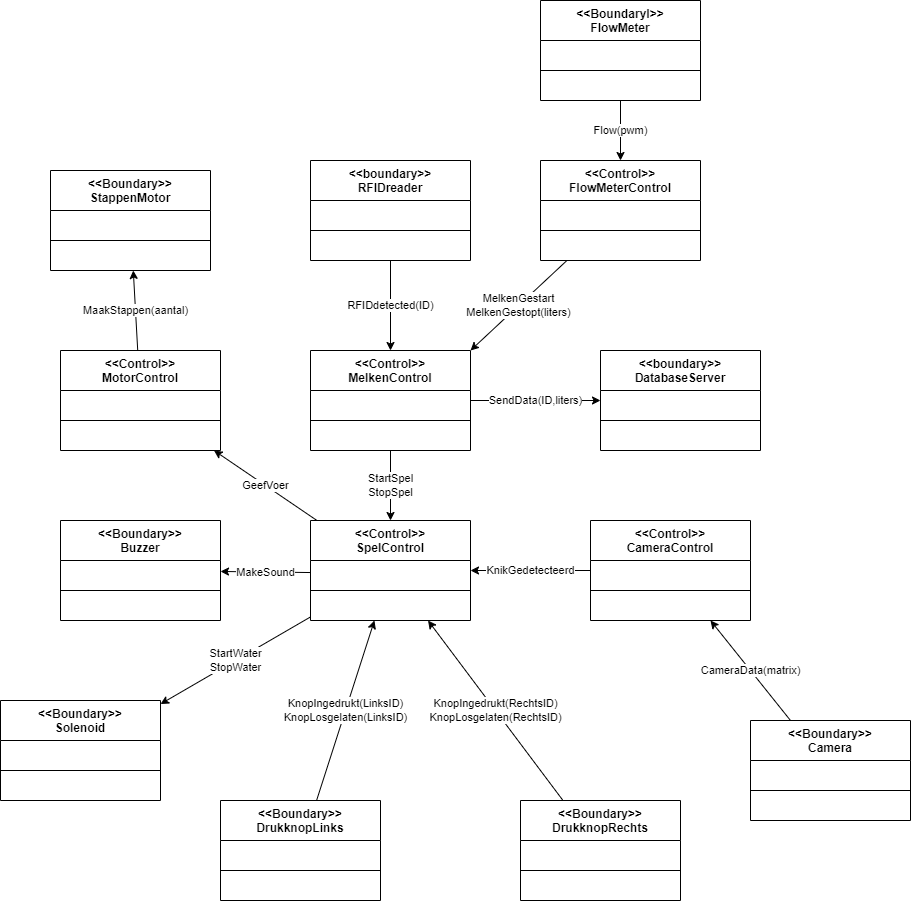
Earlier version of the draw.io export LU3 software ontwerpen/ObjectModel.png (FabianMeerveld/S3-reparatie-FabianMeerveld). Source tidied: cells renumbered, new cells last; positions are measured from the earlier drawing's top-left corner, leaving out a move shared by most shapes.
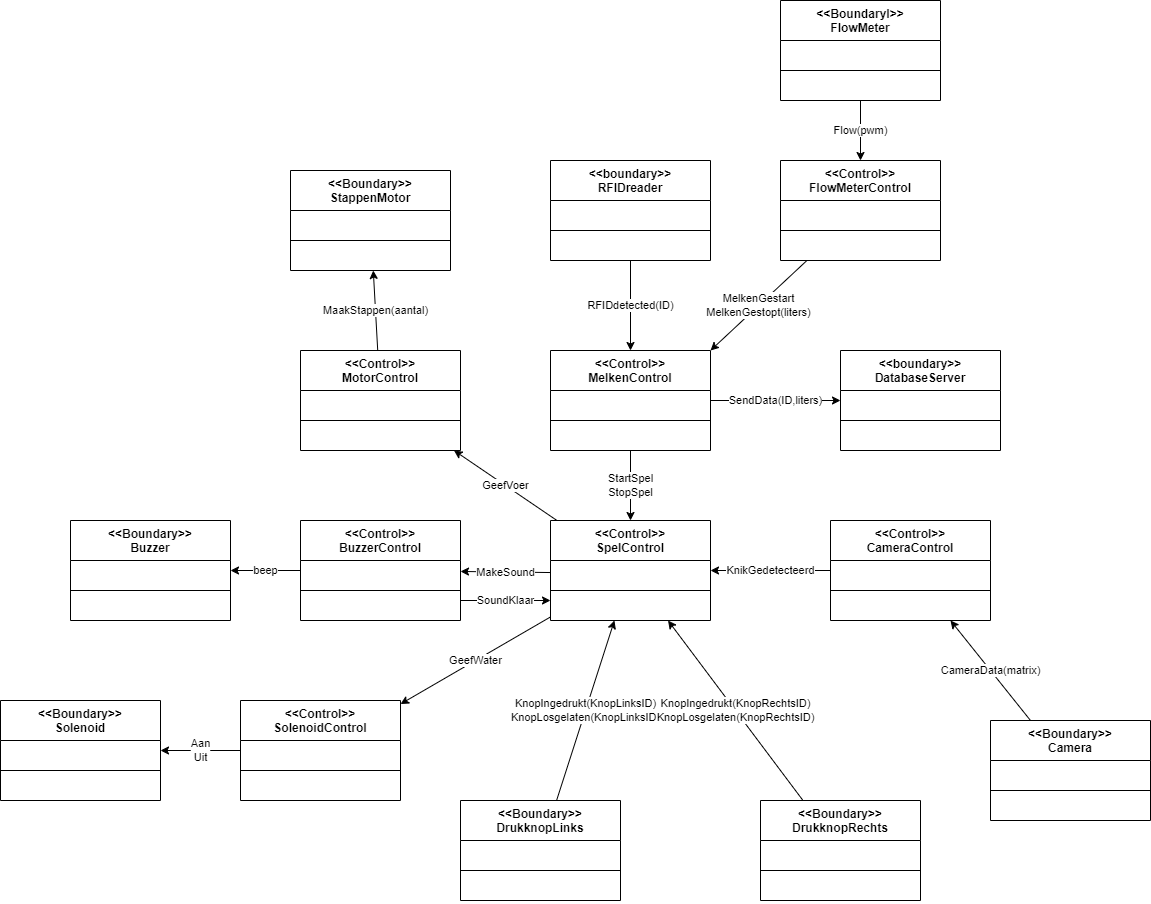
Above is the later version.

Diff of the diagram source:
```diff
@@ -50,7 +50,7 @@
     <mxCell id="17" value="GeefVoer" style="edgeStyle=none;html=1;" parent="1" edge="1" source="19" target="49">
       <mxGeometry relative="1" as="geometry" />
     </mxCell>
-    <mxCell id="18" value="StartWater&lt;br&gt;StopWater" style="edgeStyle=none;html=1;" parent="1" edge="1" source="19" target="57">
+    <mxCell id="18" value="GeefWater" style="edgeStyle=none;html=1;" parent="1" edge="1" source="19" target="57">
       <mxGeometry relative="1" as="geometry" />
     </mxCell>
     <mxCell id="19" value="&lt;&lt;Control&gt;&gt;&#10;SpelControl" style="swimlane;fontStyle=1;align=center;verticalAlign=top;horizontal=1;startSize=40;" parent="1" vertex="1">
@@ -95,7 +95,17 @@
     <mxCell id="32" value=" " style="text;strokeColor=none;fillColor=none;align=left;verticalAlign=top;spacingLeft=4;spacingRight=4;overflow=hidden;" parent="29" vertex="1">
       <mxGeometry y="74" width="160" height="26" as="geometry" />
     </mxCell>
+    <mxCell id="71" value="beep" style="edgeStyle=none;html=1;" parent="1" edge="1" source="33" target="74">
+      <mxGeometry relative="1" as="geometry" />
+    </mxCell>
+    <mxCell id="72" value="SoundKlaar" style="edgeStyle=elbowEdgeStyle;html=1;" parent="1" edge="1" source="33" target="19">
+      <mxGeometry relative="1" as="geometry">
+        <Array as="points">
+          <mxPoint x="270" y="600" />
+        </Array>
+      </mxGeometry>
+    </mxCell>
-    <mxCell id="33" value="&lt;&lt;Boundary&gt;&gt;&#10;Buzzer" style="swimlane;fontStyle=1;align=center;verticalAlign=top;horizontal=1;startSize=40;" parent="1" vertex="1">
+    <mxCell id="33" value="&lt;&lt;Control&gt;&gt;&#10;BuzzerControl" style="swimlane;fontStyle=1;align=center;verticalAlign=top;horizontal=1;startSize=40;" parent="1" vertex="1">
       <mxGeometry x="60" y="520" width="160" height="100" as="geometry" />
     </mxCell>
     <mxCell id="34" value=" " style="text;strokeColor=none;fillColor=none;align=left;verticalAlign=top;spacingLeft=4;spacingRight=4;overflow=hidden;" parent="33" vertex="1">
@@ -107,7 +117,7 @@
     <mxCell id="36" value=" " style="text;strokeColor=none;fillColor=none;align=left;verticalAlign=top;spacingLeft=4;spacingRight=4;overflow=hidden;" parent="33" vertex="1">
       <mxGeometry y="74" width="160" height="26" as="geometry" />
     </mxCell>
-    <mxCell id="37" value="KnopIngedrukt(LinksID)&lt;br&gt;KnopLosgelaten(LinksID)" style="edgeStyle=none;html=1;" parent="1" edge="1" source="38" target="19">
+    <mxCell id="37" value="KnopIngedrukt(KnopLinksID)&lt;br&gt;KnopLosgelaten(KnopLinksID)" style="edgeStyle=none;html=1;" parent="1" edge="1" source="38" target="19">
       <mxGeometry relative="1" as="geometry" />
     </mxCell>
     <mxCell id="38" value="&lt;&lt;Boundary&gt;&gt;&#10;DrukknopLinks" style="swimlane;fontStyle=1;align=center;verticalAlign=top;horizontal=1;startSize=40;" parent="1" vertex="1">
@@ -122,7 +132,7 @@
     <mxCell id="41" value=" " style="text;strokeColor=none;fillColor=none;align=left;verticalAlign=top;spacingLeft=4;spacingRight=4;overflow=hidden;" parent="38" vertex="1">
       <mxGeometry y="74" width="160" height="26" as="geometry" />
     </mxCell>
-    <mxCell id="42" value="KnopIngedrukt(RechtsID)&lt;br&gt;KnopLosgelaten(RechtsID)" style="edgeStyle=none;html=1;" parent="1" edge="1" source="43" target="19">
+    <mxCell id="42" value="KnopIngedrukt(KnopRechtsID)&lt;br&gt;KnopLosgelaten(KnopRechtsID)" style="edgeStyle=none;html=1;" parent="1" edge="1" source="43" target="19">
       <mxGeometry relative="1" as="geometry" />
     </mxCell>
     <mxCell id="43" value="&lt;&lt;Boundary&gt;&gt;&#10;DrukknopRechts" style="swimlane;fontStyle=1;align=center;verticalAlign=top;horizontal=1;startSize=40;" parent="1" vertex="1">
@@ -167,7 +177,10 @@
     <mxCell id="56" value=" " style="text;strokeColor=none;fillColor=none;align=left;verticalAlign=top;spacingLeft=4;spacingRight=4;overflow=hidden;" parent="53" vertex="1">
       <mxGeometry y="74" width="160" height="26" as="geometry" />
     </mxCell>
+    <mxCell id="73" value="Aan&lt;br&gt;Uit" style="edgeStyle=elbowEdgeStyle;html=1;" parent="1" edge="1" source="57" target="78">
+      <mxGeometry relative="1" as="geometry" />
+    </mxCell>
-    <mxCell id="57" value="&lt;&lt;Boundary&gt;&gt;&#10;Solenoid" style="swimlane;fontStyle=1;align=center;verticalAlign=top;horizontal=1;startSize=40;" parent="1" vertex="1">
+    <mxCell id="57" value="&lt;&lt;Control&gt;&gt;&#10;SolenoidControl" style="swimlane;fontStyle=1;align=center;verticalAlign=top;horizontal=1;startSize=40;" parent="1" vertex="1">
       <mxGeometry y="700" width="160" height="100" as="geometry" />
     </mxCell>
     <mxCell id="58" value=" " style="text;strokeColor=none;fillColor=none;align=left;verticalAlign=top;spacingLeft=4;spacingRight=4;overflow=hidden;" parent="57" vertex="1">
@@ -211,5 +224,29 @@
     <mxCell id="70" value=" " style="text;strokeColor=none;fillColor=none;align=left;verticalAlign=top;spacingLeft=4;spacingRight=4;overflow=hidden;" parent="67" vertex="1">
       <mxGeometry y="74" width="160" height="26" as="geometry" />
     </mxCell>
+    <mxCell id="74" value="&lt;&lt;Boundary&gt;&gt;&#10;Buzzer" style="swimlane;fontStyle=1;align=center;verticalAlign=top;horizontal=1;startSize=40;" parent="1" vertex="1">
+      <mxGeometry x="-170" y="520" width="160" height="100" as="geometry" />
+    </mxCell>
+    <mxCell id="75" value=" " style="text;strokeColor=none;fillColor=none;align=left;verticalAlign=top;spacingLeft=4;spacingRight=4;overflow=hidden;" parent="74" vertex="1">
+      <mxGeometry y="40" width="160" height="26" as="geometry" />
+    </mxCell>
+    <mxCell id="76" style="line;strokeWidth=1;fillColor=none;align=left;verticalAlign=middle;spacingTop=-1;spacingLeft=3;spacingRight=3;labelPosition=right;strokeColor=inherit;" parent="74" vertex="1">
+      <mxGeometry y="66" width="160" height="8" as="geometry" />
+    </mxCell>
+    <mxCell id="77" value=" " style="text;strokeColor=none;fillColor=none;align=left;verticalAlign=top;spacingLeft=4;spacingRight=4;overflow=hidden;" parent="74" vertex="1">
+      <mxGeometry y="74" width="160" height="26" as="geometry" />
+    </mxCell>
+    <mxCell id="78" value="&lt;&lt;Boundary&gt;&gt;&#10;Solenoid" style="swimlane;fontStyle=1;align=center;verticalAlign=top;horizontal=1;startSize=40;" parent="1" vertex="1">
+      <mxGeometry x="-240" y="700" width="160" height="100" as="geometry" />
+    </mxCell>
+    <mxCell id="79" value=" " style="text;strokeColor=none;fillColor=none;align=left;verticalAlign=top;spacingLeft=4;spacingRight=4;overflow=hidden;" parent="78" vertex="1">
+      <mxGeometry y="40" width="160" height="26" as="geometry" />
+    </mxCell>
+    <mxCell id="80" style="line;strokeWidth=1;fillColor=none;align=left;verticalAlign=middle;spacingTop=-1;spacingLeft=3;spacingRight=3;labelPosition=right;strokeColor=inherit;" parent="78" vertex="1">
+      <mxGeometry y="66" width="160" height="8" as="geometry" />
+    </mxCell>
+    <mxCell id="81" value=" " style="text;strokeColor=none;fillColor=none;align=left;verticalAlign=top;spacingLeft=4;spacingRight=4;overflow=hidden;" parent="78" vertex="1">
+      <mxGeometry y="74" width="160" height="26" as="geometry" />
+    </mxCell>
   </root>
 </mxGraphModel>
```
